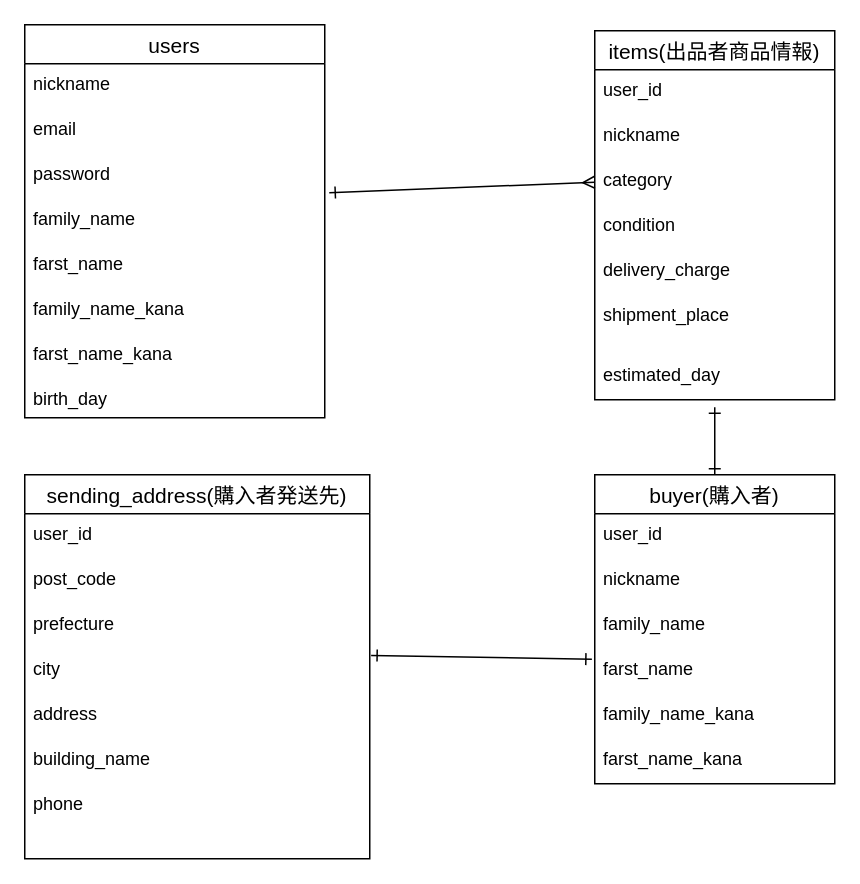
This is furima.dio from tsukasakaiko/furima-37303, a draw.io file, before an edit. Source tidied: cells renumbered, new cells numbered last; positions are measured from the earlier drawing's top-left corner, leaving out a move shared by most shapes. Both pictures are drawn from the tidied source at 150%, with x=0, y=0 at pixel (24, 24).
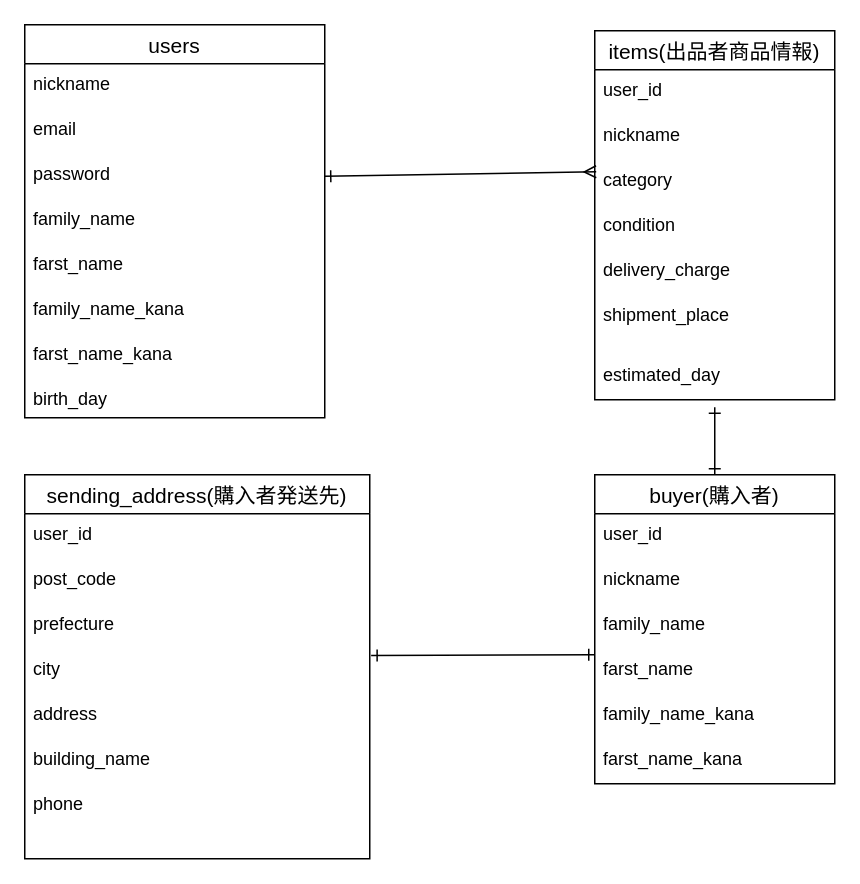
Above is the later version.

Unchanged cells that the change refers to:
```xml
<mxCell id="5" value="password" style="text;strokeColor=none;fillColor=none;spacingLeft=4;spacingRight=4;overflow=hidden;points=[[0,0.5],[1,0.5]];portConstraint=eastwest;fontSize=12;" parent="2" vertex="1">
  <mxGeometry y="86" width="200" height="30" as="geometry" />
</mxCell>
<mxCell id="16" value="city" style="text;strokeColor=none;fillColor=none;spacingLeft=4;spacingRight=4;overflow=hidden;points=[[0,0.5],[1,0.5]];portConstraint=eastwest;fontSize=12;" parent="12" vertex="1">
  <mxGeometry y="116" width="230" height="30" as="geometry" />
</mxCell>
<mxCell id="23" value="category" style="text;strokeColor=none;fillColor=none;spacingLeft=4;spacingRight=4;overflow=hidden;points=[[0,0.5],[1,0.5]];portConstraint=eastwest;fontSize=12;" parent="20" vertex="1">
  <mxGeometry y="86" width="160" height="30" as="geometry" />
</mxCell>
<mxCell id="32" value="farst_name" style="text;strokeColor=none;fillColor=none;spacingLeft=4;spacingRight=4;overflow=hidden;points=[[0,0.5],[1,0.5]];portConstraint=eastwest;fontSize=12;" parent="28" vertex="1">
  <mxGeometry y="116" width="160" height="30" as="geometry" />
</mxCell>
```

The edit, as a diff of the source:
```diff
@@
-    <mxCell id="11" style="edgeStyle=none;html=1;endArrow=ERmany;endFill=0;startArrow=ERone;startFill=0;entryX=0;entryY=0.5;entryDx=0;entryDy=0;exitX=1.015;exitY=0.867;exitDx=0;exitDy=0;exitPerimeter=0;" parent="1" edge="1" source="5" target="23">
+    <mxCell id="11" style="edgeStyle=none;html=1;endArrow=ERmany;endFill=0;startArrow=ERone;startFill=0;entryX=0.006;entryY=0.267;entryDx=0;entryDy=0;exitX=1;exitY=0.5;exitDx=0;exitDy=0;entryPerimeter=0;" parent="1" edge="1" source="5" target="23">
       <mxGeometry relative="1" as="geometry" />
     </mxCell>
@@
-    <mxCell id="36" style="edgeStyle=none;html=1;endArrow=ERone;endFill=0;startArrow=ERone;startFill=0;entryX=-0.012;entryY=0.233;entryDx=0;entryDy=0;entryPerimeter=0;exitX=1.004;exitY=0.148;exitDx=0;exitDy=0;exitPerimeter=0;" parent="1" edge="1" source="16" target="32">
-      <mxGeometry relative="1" as="geometry" />
+    <mxCell id="36" style="edgeStyle=none;html=1;endArrow=ERone;endFill=0;startArrow=ERone;startFill=0;exitX=1.004;exitY=0.148;exitDx=0;exitDy=0;exitPerimeter=0;" parent="1" edge="1" source="16">
+      <mxGeometry relative="1" as="geometry">
+        <mxPoint x="380" y="420" as="targetPoint" />
+      </mxGeometry>
     </mxCell>
```
